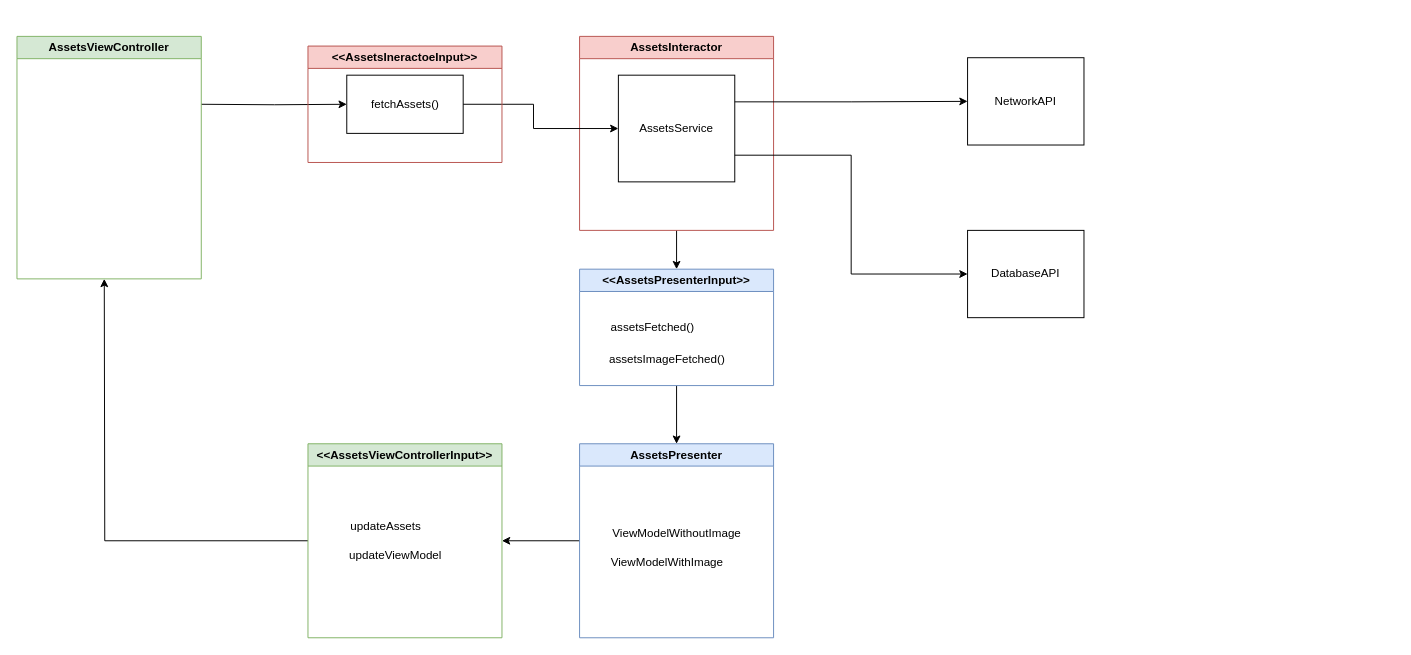
Above: LoadingAssets.drawio in mithfor/MithforCryptoCharts (draw.io), before the change. Source tidied: cells renumbered, new cells numbered last; positions are measured from the earlier drawing's top-left corner, leaving out a move shared by most shapes. Both pictures are drawn from the tidied source at 97%, with x=0, y=0 at pixel (16, 36).
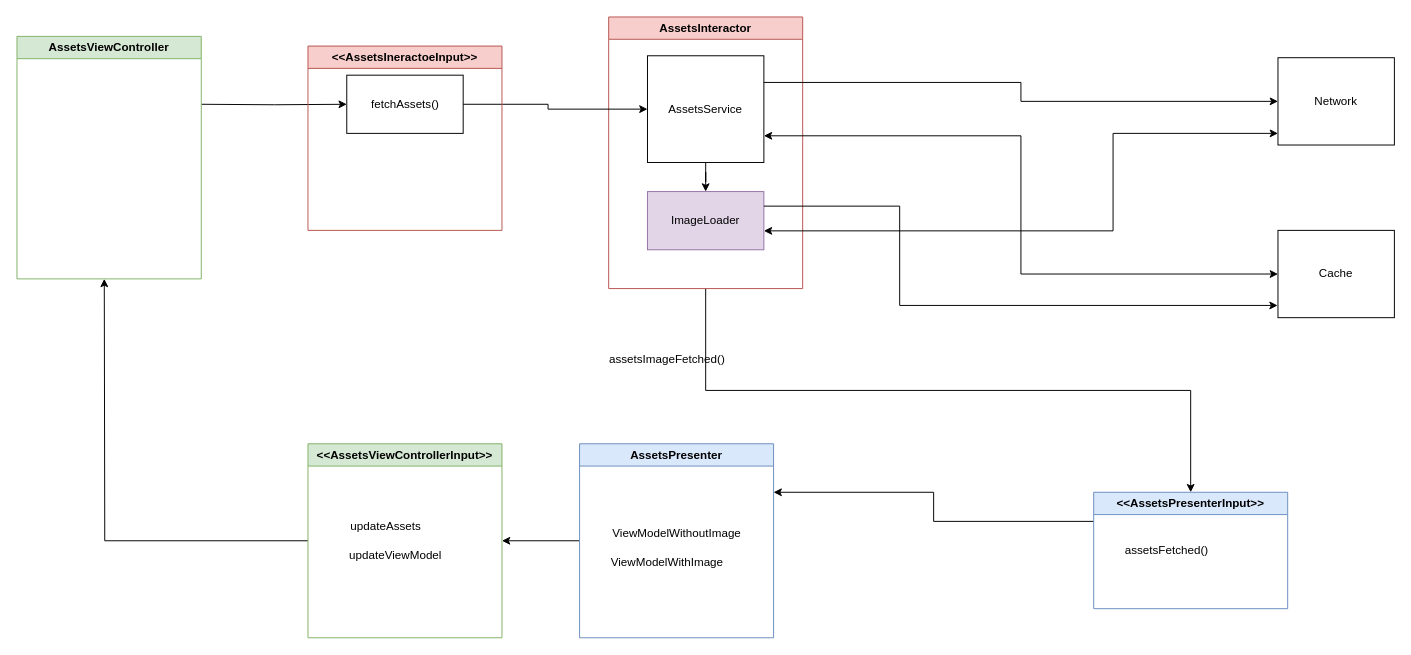
Above is the later version.

Unchanged cells that the change refers to:
```xml
<mxCell id="6" value="AssetsService" style="whiteSpace=wrap;html=1;" parent="5" vertex="1">
  <mxGeometry x="40" y="40" width="120" height="110" as="geometry" />
</mxCell>
<mxCell id="9" value="AssetsPresenter" style="swimlane;whiteSpace=wrap;html=1;fillColor=#dae8fc;strokeColor=#6c8ebf;" parent="1" vertex="1">
  <mxGeometry x="580" y="420" width="200" height="200" as="geometry" />
</mxCell>
```

Diff of the diagram source:
```diff
@@
     <mxCell id="5" value="AssetsInteractor" style="swimlane;whiteSpace=wrap;html=1;fillColor=#f8cecc;strokeColor=#b85450;" parent="1" vertex="1">
-      <mxGeometry x="580" width="200" height="200" as="geometry" />
+      <mxGeometry x="610" y="-20" width="200" height="280" as="geometry" />
     </mxCell>
+    <mxCell id="28" style="edgeStyle=orthogonalEdgeStyle;rounded=0;jettySize=auto;html=1;entryX=0.5;entryY=0;entryDx=0;entryDy=0;" parent="5" edge="1" source="6" target="30">
+      <mxGeometry relative="1" as="geometry" />
+    </mxCell>
@@
+    <mxCell id="29" style="edgeStyle=orthogonalEdgeStyle;rounded=0;orthogonalLoop=1;jettySize=auto;html=1;exitX=0.5;exitY=1;exitDx=0;exitDy=0;" parent="5" edge="1" source="6" target="6">
+      <mxGeometry relative="1" as="geometry" />
+    </mxCell>
+    <mxCell id="30" value="ImageLoader" style="rounded=0;whiteSpace=wrap;html=1;fillColor=#e1d5e7;strokeColor=#9673a6;" parent="5" vertex="1">
+      <mxGeometry x="40" y="180" width="120" height="60" as="geometry" />
+    </mxCell>
+    <mxCell id="31" style="edgeStyle=orthogonalEdgeStyle;rounded=0;orthogonalLoop=1;jettySize=auto;html=1;entryX=0;entryY=0.75;entryDx=0;entryDy=0;startArrow=classic;startFill=1;" parent="5" edge="1">
+      <mxGeometry relative="1" as="geometry">
+        <mxPoint x="160" y="220.5" as="sourcePoint" />
+        <mxPoint x="690" y="120" as="targetPoint" />
+        <Array as="points">
+          <mxPoint x="520" y="220.5" />
+          <mxPoint x="520" y="120.5" />
+        </Array>
+      </mxGeometry>
+    </mxCell>
@@
     <mxCell id="12" value="&amp;lt;&amp;lt;AssetsIneractoeInput&amp;gt;&amp;gt;" style="swimlane;whiteSpace=wrap;html=1;fillColor=#f8cecc;strokeColor=#b85450;" parent="1" vertex="1">
-      <mxGeometry x="300" y="10" width="200" height="120" as="geometry" />
+      <mxGeometry x="300" y="10" width="200" height="190" as="geometry" />
     </mxCell>
@@
-    <mxCell id="16" style="edgeStyle=orthogonalEdgeStyle;rounded=0;jettySize=auto;html=1;exitX=0.5;exitY=1;exitDx=0;exitDy=0;entryX=0.5;entryY=0;entryDx=0;entryDy=0;" parent="1" edge="1" source="17" target="9">
+    <mxCell id="16" style="edgeStyle=orthogonalEdgeStyle;rounded=0;jettySize=auto;html=1;exitX=0;exitY=0.25;exitDx=0;exitDy=0;entryX=1;entryY=0.25;entryDx=0;entryDy=0;" parent="1" edge="1" source="17" target="9">
       <mxGeometry relative="1" as="geometry" />
     </mxCell>
     <mxCell id="17" value="&amp;lt;&amp;lt;AssetsPresenter&lt;span style=&quot;background-color: initial;&quot;&gt;Input&amp;gt;&amp;gt;&lt;/span&gt;" style="swimlane;whiteSpace=wrap;html=1;fillColor=#dae8fc;strokeColor=#6c8ebf;" parent="1" vertex="1">
-      <mxGeometry x="580" y="240" width="200" height="120" as="geometry" />
+      <mxGeometry x="1110" y="470" width="200" height="120" as="geometry" />
     </mxCell>
@@
-    <mxCell id="24" value="DatabaseAPI" style="rounded=0;whiteSpace=wrap;html=1;" parent="1" vertex="1">
-      <mxGeometry x="980" y="200" width="120" height="90" as="geometry" />
+    <mxCell id="24" value="Cache" style="rounded=0;whiteSpace=wrap;html=1;" parent="1" vertex="1">
+      <mxGeometry x="1300" y="200" width="120" height="90" as="geometry" />
     </mxCell>
-    <mxCell id="25" value="NetworkAPI" style="rounded=0;whiteSpace=wrap;html=1;" parent="1" vertex="1">
-      <mxGeometry x="980" y="22" width="120" height="90" as="geometry" />
+    <mxCell id="25" value="Network" style="rounded=0;whiteSpace=wrap;html=1;" parent="1" vertex="1">
+      <mxGeometry x="1300" y="22" width="120" height="90" as="geometry" />
     </mxCell>
@@
-    <mxCell id="27" style="edgeStyle=orthogonalEdgeStyle;rounded=0;jettySize=auto;html=1;exitX=1;exitY=0.75;exitDx=0;exitDy=0;entryX=0;entryY=0.5;entryDx=0;entryDy=0;" parent="1" edge="1" source="6" target="24">
+    <mxCell id="27" style="edgeStyle=orthogonalEdgeStyle;rounded=0;jettySize=auto;html=1;exitX=1;exitY=0.75;exitDx=0;exitDy=0;entryX=0;entryY=0.5;entryDx=0;entryDy=0;startArrow=classic;startFill=1;" parent="1" edge="1" source="6" target="24">
       <mxGeometry relative="1" as="geometry" />
     </mxCell>
+    <mxCell id="32" style="edgeStyle=orthogonalEdgeStyle;rounded=0;jettySize=auto;html=1;exitX=1;exitY=0.25;exitDx=0;exitDy=0;entryX=-0.003;entryY=0.86;entryDx=0;entryDy=0;entryPerimeter=0;" parent="1" edge="1" source="30" target="24">
+      <mxGeometry relative="1" as="geometry">
+        <Array as="points">
+          <mxPoint x="910" y="175" />
+          <mxPoint x="910" y="277" />
+        </Array>
+      </mxGeometry>
+    </mxCell>
```
